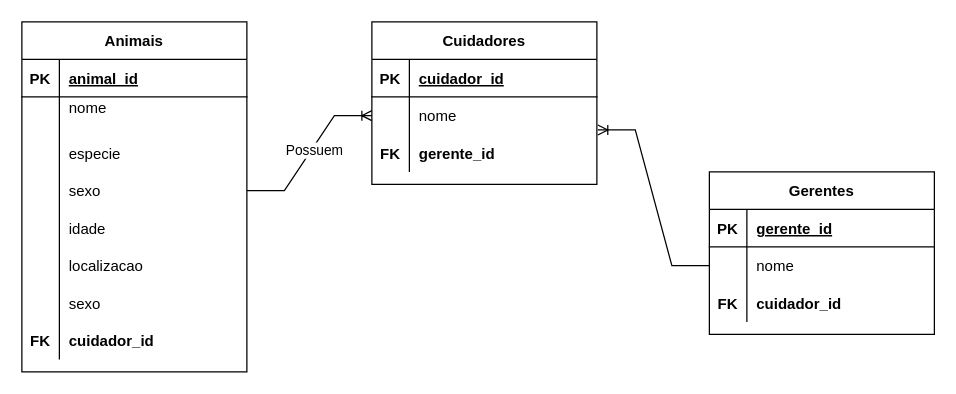
Before: back-end/bloco21-funcoes-sql-joins-e-normalizacao/dia03-transformando-ideias-em-um-modelo-de-banco-de-dados/Untitled Diagram.drawio in thomasravache/trybe-learnings, a draw.io diagram. Source tidied: cells renumbered, new cells numbered last; positions are measured from the earlier drawing's top-left corner, leaving out a move shared by most shapes. Both pictures are drawn from the tidied source at 125%, with x=0, y=0 at pixel (21, 21).
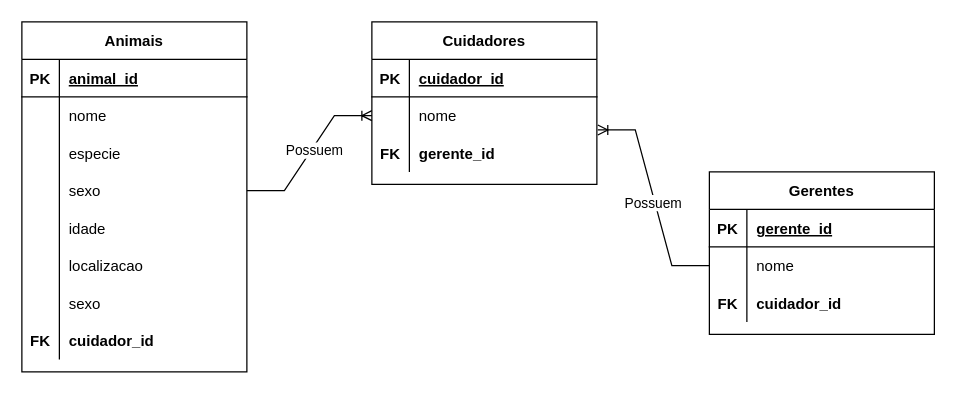
Above is the later version.

Commit message:
modelagem_zoo

The change refers to these unchanged cells:
```xml
<mxCell id="6" style="shape=partialRectangle;fillColor=none;top=0;left=0;bottom=0;right=0;" parent="2" vertex="1">
  <mxGeometry y="60" width="180" height="30" as="geometry" />
</mxCell>
<mxCell id="49" style="edgeStyle=entityRelationEdgeStyle;fontSize=12;html=1;endArrow=ERoneToMany;rounded=0;exitX=0;exitY=0.5;exitDx=0;exitDy=0;entryX=1.004;entryY=0.882;entryDx=0;entryDy=0;entryPerimeter=0;" parent="1" edge="1" source="41" target="31">
  <mxGeometry relative="1" as="geometry" />
</mxCell>
```

Change to the diagram source:
```diff
@@
-    <mxCell id="8" value="nome &#10;" style="shape=partialRectangle;fillColor=none;top=0;left=0;bottom=0;right=0;align=left;spacingLeft=6;overflow=hidden;" parent="6" vertex="1">
+    <mxCell id="8" value="nome " style="shape=partialRectangle;fillColor=none;top=0;left=0;bottom=0;right=0;align=left;spacingLeft=6;overflow=hidden;" parent="6" vertex="1">
       <mxGeometry x="30" width="150" height="30" as="geometry" />
     </mxCell>
@@
+    <mxCell id="50" value="Possuem" style="edgeLabel;html=1;align=center;verticalAlign=middle;" parent="49" vertex="1">
+      <mxGeometry x="-0.04" y="2" relative="1" as="geometry" />
+    </mxCell>
```
